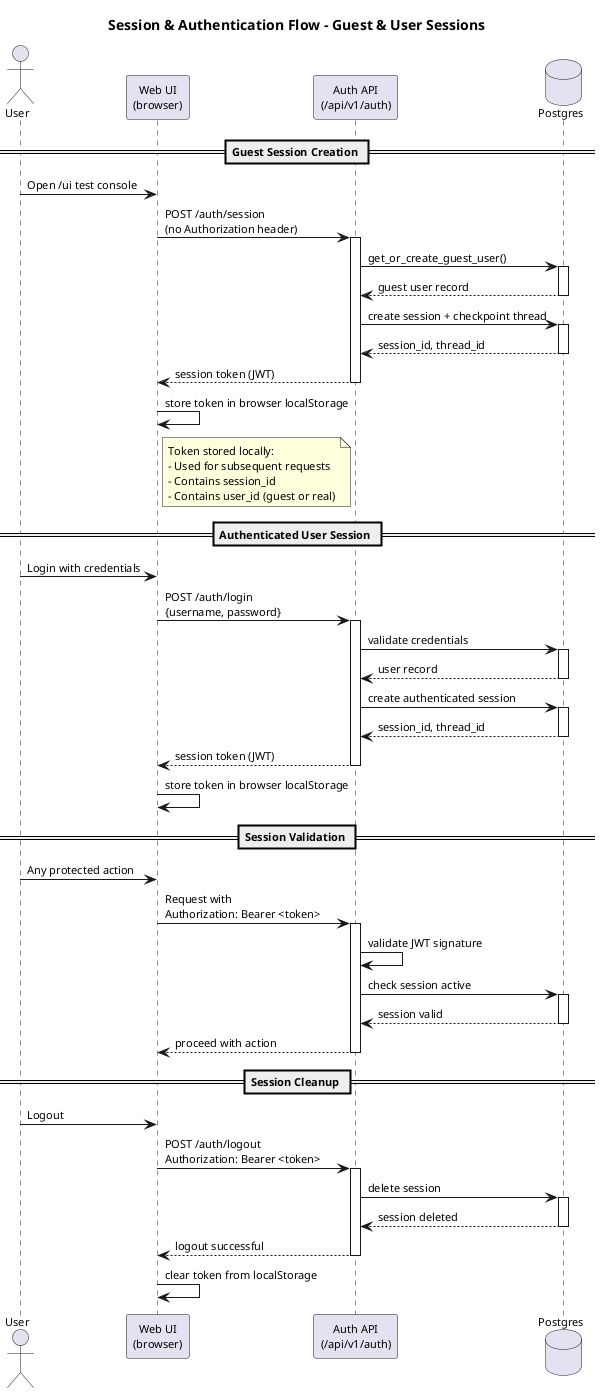
Before: architecture/A4_02_flow_session_auth.png, a diagram exported from PlantUML (HenryNVP/strategic_planning_AI).
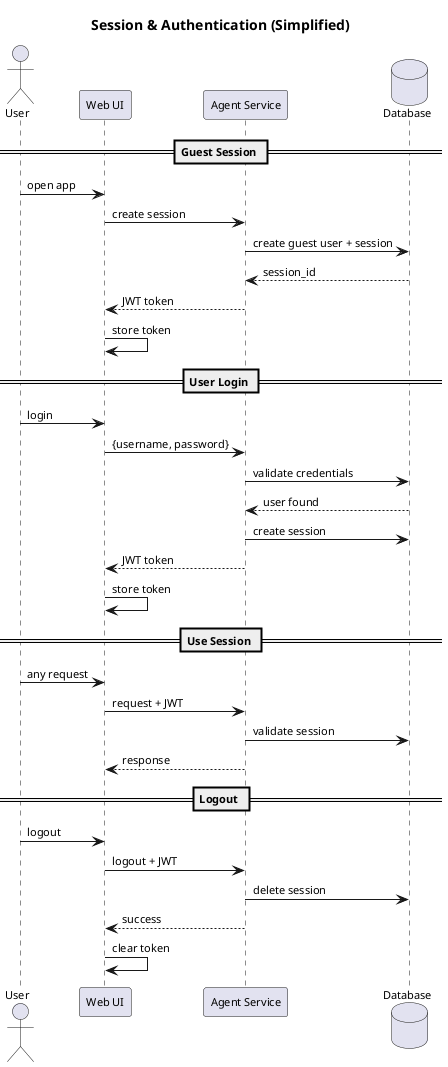
Later version of the same file.

Change to the diagram source:
```diff
@@ -1,79 +1,43 @@
-@startuml A4_02_flow_session_auth
-title Session & Authentication Flow - Guest & User Sessions
+@startuml A4_02_flow_session_auth_simple
+title Session & Authentication (Simplified)
 
 skinparam shadowing false
 skinparam defaultFontName Arial
 skinparam defaultFontSize 11
-skinparam rectangle {
-  BorderColor #000000
-  BorderThickness 1
-}
 
 actor User
-participant "Web UI\n(browser)" as UI
-participant "Auth API\n(/api/v1/auth)" as AUTH
-database "Postgres" as DB
+participant "Web UI" as UI
+participant "Agent Service" as AGENT
+database "Database" as DB
 
-== Guest Session Creation ==
-User -> UI : Open /ui test console
-UI -> AUTH : POST /auth/session\n(no Authorization header)
-activate AUTH
-AUTH -> DB : get_or_create_guest_user()
-activate DB
-DB --> AUTH : guest user record
-deactivate DB
-AUTH -> DB : create session + checkpoint thread
-activate DB
-DB --> AUTH : session_id, thread_id
-deactivate DB
-AUTH --> UI : session token (JWT)
-deactivate AUTH
-UI -> UI : store token in browser localStorage
-note right of UI
-Token stored locally:
-- Used for subsequent requests
-- Contains session_id
-- Contains user_id (guest or real)
-end note
+== Guest Session ==
+User -> UI : open app
+UI -> AGENT : create session
+AGENT -> DB : create guest user + session
+DB --> AGENT : session_id
+AGENT --> UI : JWT token
+UI -> UI : store token
 
-== Authenticated User Session ==
-User -> UI : Login with credentials
-UI -> AUTH : POST /auth/login\n{username, password}
-activate AUTH
-AUTH -> DB : validate credentials
-activate DB
-DB --> AUTH : user record
-deactivate DB
-AUTH -> DB : create authenticated session
-activate DB
-DB --> AUTH : session_id, thread_id
-deactivate DB
-AUTH --> UI : session token (JWT)
-deactivate AUTH
-UI -> UI : store token in browser localStorage
+== User Login ==
+User -> UI : login
+UI -> AGENT : {username, password}
+AGENT -> DB : validate credentials
+DB --> AGENT : user found
+AGENT -> DB : create session
+AGENT --> UI : JWT token
+UI -> UI : store token
 
-== Session Validation ==
-User -> UI : Any protected action
-UI -> AUTH : Request with\nAuthorization: Bearer <token>
-activate AUTH
-AUTH -> AUTH : validate JWT signature
-AUTH -> DB : check session active
-activate DB
-DB --> AUTH : session valid
-deactivate DB
-AUTH --> UI : proceed with action
-deactivate AUTH
+== Use Session ==
+User -> UI : any request
+UI -> AGENT : request + JWT
+AGENT -> DB : validate session
+AGENT --> UI : response
 
-== Session Cleanup ==
-User -> UI : Logout
-UI -> AUTH : POST /auth/logout\nAuthorization: Bearer <token>
-activate AUTH
-AUTH -> DB : delete session
-activate DB
-DB --> AUTH : session deleted
-deactivate DB
-AUTH --> UI : logout successful
-deactivate AUTH
-UI -> UI : clear token from localStorage
+== Logout ==
+User -> UI : logout
+UI -> AGENT : logout + JWT
+AGENT -> DB : delete session
+AGENT --> UI : success
+UI -> UI : clear token
 
 @enduml
```
